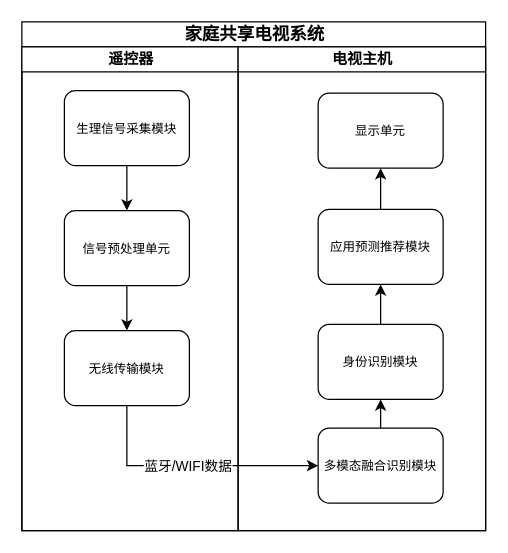
This is 专利.drawio from plutotw/draw.io, a draw.io file, before an edit. Source tidied: cells renumbered, new cells numbered last; positions are measured from the earlier drawing's top-left corner, leaving out a move shared by most shapes. Both pictures are drawn from the tidied source at 125%, with x=0, y=0 at pixel (21, 21).
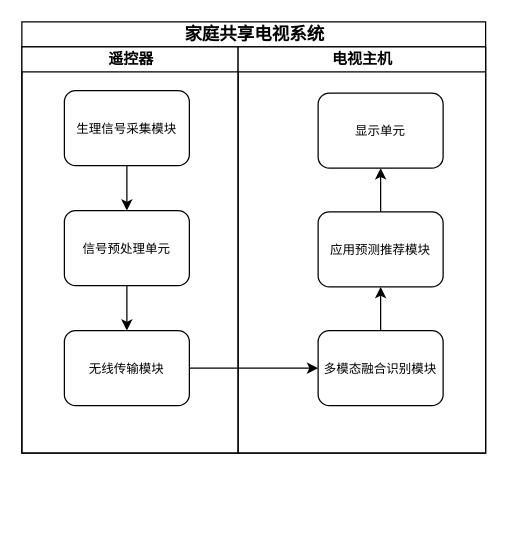
The same diagram, later.

The edit, as a diff of the source:
```diff
@@
 <mxGraphModel>
   <root>
     <mxCell id="0" />
     <mxCell id="1" parent="0" />
     <mxCell id="2" value="&lt;font style=&quot;font-size: 14px;&quot;&gt;家庭共享电视系统&lt;/font&gt;" style="swimlane;html=1;startSize=20;rounded=0;shadow=0;labelBackgroundColor=none;strokeWidth=1;fontFamily=Verdana;fontSize=8;align=center;" parent="1" vertex="1">
-      <mxGeometry width="371" height="407" as="geometry" />
+      <mxGeometry width="371" height="345" as="geometry" />
     </mxCell>
     <mxCell id="3" value="遥控器" style="swimlane;html=1;startSize=20;" parent="2" vertex="1">
-      <mxGeometry y="20" width="173" height="387" as="geometry" />
+      <mxGeometry y="20" width="173" height="325" as="geometry" />
     </mxCell>
     <mxCell id="4" style="edgeStyle=orthogonalEdgeStyle;rounded=0;jettySize=auto;html=1;exitX=0.5;exitY=1;exitDx=0;exitDy=0;" parent="3" edge="1" source="5" target="7">
       <mxGeometry relative="1" as="geometry" />
     </mxCell>
     <mxCell id="5" value="&lt;font style=&quot;font-size: 10px;&quot;&gt;生理信号采集模块&lt;/font&gt;" style="rounded=1;whiteSpace=wrap;html=1;shadow=0;labelBackgroundColor=none;strokeWidth=1;fontFamily=Verdana;fontSize=8;align=center;" parent="3" vertex="1">
       <mxGeometry x="34" y="35" width="100" height="60" as="geometry" />
     </mxCell>
     <mxCell id="6" style="edgeStyle=orthogonalEdgeStyle;rounded=0;jettySize=auto;html=1;exitX=0.5;exitY=1;exitDx=0;exitDy=0;" parent="3" edge="1" source="7" target="8">
       <mxGeometry relative="1" as="geometry" />
     </mxCell>
     <mxCell id="7" value="&lt;font style=&quot;font-size: 10px;&quot;&gt;信号预处理单元&lt;/font&gt;" style="rounded=1;whiteSpace=wrap;html=1;shadow=0;labelBackgroundColor=none;strokeWidth=1;fontFamily=Verdana;fontSize=8;align=center;" parent="3" vertex="1">
       <mxGeometry x="34" y="131" width="100" height="60" as="geometry" />
     </mxCell>
     <mxCell id="8" value="&lt;font style=&quot;font-size: 10px;&quot;&gt;无线传输模块&lt;/font&gt;" style="rounded=1;whiteSpace=wrap;html=1;shadow=0;labelBackgroundColor=none;strokeWidth=1;fontFamily=Verdana;fontSize=8;align=center;" parent="3" vertex="1">
       <mxGeometry x="34" y="227" width="100" height="60" as="geometry" />
     </mxCell>
-    <mxCell id="9" style="edgeStyle=orthogonalEdgeStyle;rounded=0;jettySize=auto;html=1;exitX=0.5;exitY=1;exitDx=0;exitDy=0;entryX=0;entryY=0.5;entryDx=0;entryDy=0;" parent="2" edge="1" source="8" target="13">
-      <mxGeometry relative="1" as="geometry" />
-    </mxCell>
-    <mxCell id="10" value="蓝牙/WIFI数据" style="edgeLabel;html=1;align=center;verticalAlign=middle;" parent="9" vertex="1">
-      <mxGeometry x="0.11" y="-1" relative="1" as="geometry">
-        <mxPoint x="-16" y="-1" as="offset" />
-      </mxGeometry>
-    </mxCell>
     <mxCell id="11" value="电视主机" style="swimlane;html=1;startSize=20;" parent="2" vertex="1">
-      <mxGeometry x="173" y="20" width="198" height="387" as="geometry" />
+      <mxGeometry x="173" y="20" width="198" height="325" as="geometry" />
     </mxCell>
-    <mxCell id="12" style="edgeStyle=orthogonalEdgeStyle;rounded=0;jettySize=auto;html=1;exitX=0.5;exitY=0;exitDx=0;exitDy=0;" parent="11" edge="1" source="13" target="15">
-      <mxGeometry relative="1" as="geometry" />
-    </mxCell>
+    <mxCell id="19" style="edgeStyle=orthogonalEdgeStyle;rounded=0;jettySize=auto;html=1;exitX=0.5;exitY=0;exitDx=0;exitDy=0;entryX=0.5;entryY=1;entryDx=0;entryDy=0;" parent="11" edge="1" source="13" target="17">
+      <mxGeometry relative="1" as="geometry" />
+    </mxCell>
     <mxCell id="13" value="&lt;font style=&quot;font-size: 10px;&quot;&gt;多模态融合识别模块&lt;/font&gt;" style="rounded=1;whiteSpace=wrap;html=1;shadow=0;labelBackgroundColor=none;strokeWidth=1;fontFamily=Verdana;fontSize=8;align=center;" parent="11" vertex="1">
-      <mxGeometry x="64" y="305" width="100" height="60" as="geometry" />
+      <mxGeometry x="64" y="227" width="100" height="60" as="geometry" />
     </mxCell>
-    <mxCell id="14" style="edgeStyle=orthogonalEdgeStyle;rounded=0;jettySize=auto;html=1;exitX=0.5;exitY=0;exitDx=0;exitDy=0;" parent="11" edge="1" source="15" target="17">
-      <mxGeometry relative="1" as="geometry" />
-    </mxCell>
-    <mxCell id="15" value="&lt;font style=&quot;font-size: 10px;&quot;&gt;身份识别模块&lt;/font&gt;" style="rounded=1;whiteSpace=wrap;html=1;shadow=0;labelBackgroundColor=none;strokeWidth=1;fontFamily=Verdana;fontSize=8;align=center;" parent="11" vertex="1">
-      <mxGeometry x="64" y="222" width="100" height="60" as="geometry" />
-    </mxCell>
     <mxCell id="16" style="edgeStyle=orthogonalEdgeStyle;rounded=0;jettySize=auto;html=1;exitX=0.5;exitY=0;exitDx=0;exitDy=0;" parent="11" edge="1" source="17" target="18">
       <mxGeometry relative="1" as="geometry" />
     </mxCell>
     <mxCell id="17" value="&lt;font style=&quot;font-size: 10px;&quot;&gt;应用预测推荐模块&lt;/font&gt;" style="rounded=1;whiteSpace=wrap;html=1;shadow=0;labelBackgroundColor=none;strokeWidth=1;fontFamily=Verdana;fontSize=8;align=center;" parent="11" vertex="1">
-      <mxGeometry x="64" y="130" width="100" height="60" as="geometry" />
+      <mxGeometry x="64" y="132" width="100" height="60" as="geometry" />
     </mxCell>
     <mxCell id="18" value="&lt;font style=&quot;font-size: 10px;&quot;&gt;显示单元&lt;/font&gt;" style="rounded=1;whiteSpace=wrap;html=1;shadow=0;labelBackgroundColor=none;strokeWidth=1;fontFamily=Verdana;fontSize=8;align=center;" parent="11" vertex="1">
       <mxGeometry x="64" y="37" width="100" height="60" as="geometry" />
     </mxCell>
+    <mxCell id="9" style="edgeStyle=orthogonalEdgeStyle;rounded=0;jettySize=auto;html=1;exitX=1;exitY=0.5;exitDx=0;exitDy=0;" parent="2" edge="1" source="8" target="13">
+      <mxGeometry relative="1" as="geometry" />
+    </mxCell>
   </root>
 </mxGraphModel>
```
